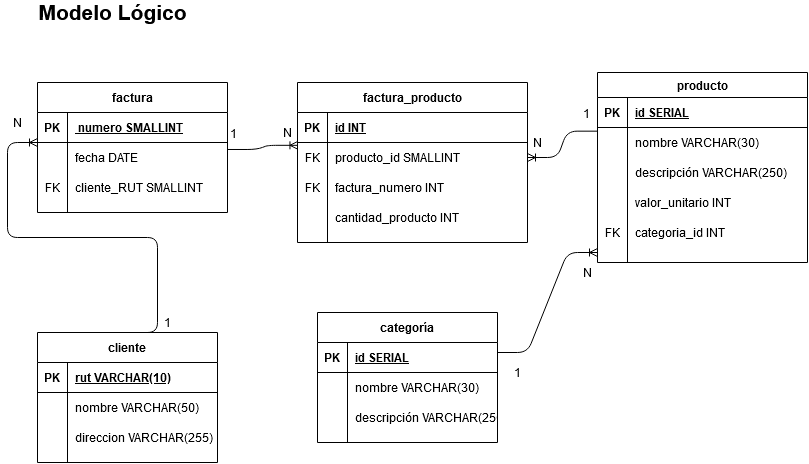
gilibethvega/prueba_sql keeps this draw.io diagram as prueba_sql.png. Above is the earlier version. Source tidied: cells renumbered, new cells last; positions are measured from the earlier drawing's top-left corner, leaving out a move shared by most shapes.
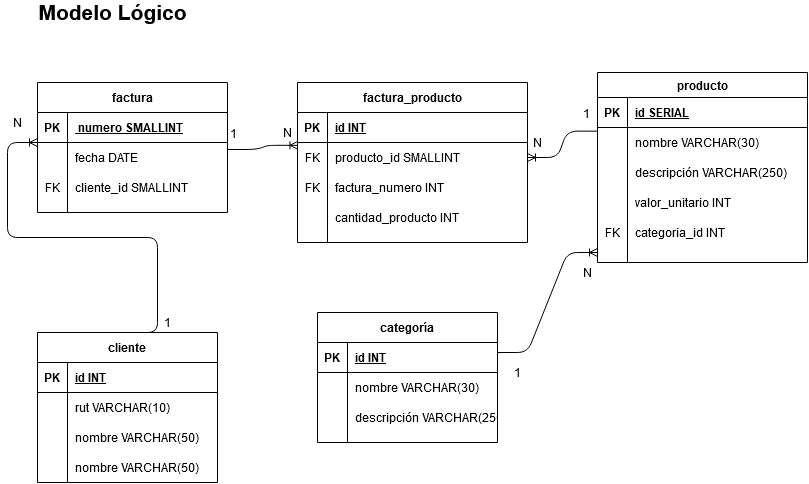
The same file after the commit.

Change to the diagram source:
```diff
@@ -32,11 +32,11 @@
     <mxCell id="11" value="FK" style="shape=partialRectangle;fillColor=none;top=0;left=0;bottom=0;right=0;overflow=hidden;" parent="10" vertex="1">
       <mxGeometry width="30" height="30" as="geometry" />
     </mxCell>
-    <mxCell id="12" value="cliente_RUT SMALLINT" style="shape=partialRectangle;fillColor=none;top=0;left=0;bottom=0;right=0;align=left;spacingLeft=6;overflow=hidden;" parent="10" vertex="1">
+    <mxCell id="12" value="cliente_id SMALLINT" style="shape=partialRectangle;fillColor=none;top=0;left=0;bottom=0;right=0;align=left;spacingLeft=6;overflow=hidden;" parent="10" vertex="1">
       <mxGeometry x="30" width="160" height="30" as="geometry" />
     </mxCell>
     <mxCell id="13" value="cliente" style="shape=table;startSize=30;rowLines=0;fontStyle=1;align=center;" parent="1" vertex="1">
-      <mxGeometry x="30" y="330" width="180" height="130" as="geometry" />
+      <mxGeometry x="30" y="330" width="180" height="150" as="geometry" />
     </mxCell>
     <mxCell id="14" style="shape=partialRectangle;fillColor=none;top=0;left=0;bottom=1;right=0;" parent="13" vertex="1">
       <mxGeometry y="30" width="180" height="30" as="geometry" />
@@ -44,7 +44,7 @@
     <mxCell id="15" value="PK" style="shape=partialRectangle;fillColor=none;top=0;left=0;bottom=0;right=0;fontStyle=1;overflow=hidden;" parent="14" vertex="1">
       <mxGeometry width="30" height="30" as="geometry" />
     </mxCell>
-    <mxCell id="16" value="rut VARCHAR(10)" style="shape=partialRectangle;fillColor=none;top=0;left=0;bottom=0;right=0;align=left;spacingLeft=6;fontStyle=5;overflow=hidden;" parent="14" vertex="1">
+    <mxCell id="16" value="id INT" style="shape=partialRectangle;fillColor=none;top=0;left=0;bottom=0;right=0;align=left;spacingLeft=6;fontStyle=5;overflow=hidden;" parent="14" vertex="1">
       <mxGeometry x="30" width="150" height="30" as="geometry" />
     </mxCell>
     <mxCell id="17" style="shape=partialRectangle;fillColor=none;top=0;left=0;bottom=0;right=0;" parent="13" vertex="1">
@@ -53,7 +53,7 @@
     <mxCell id="18" style="shape=partialRectangle;fillColor=none;top=0;left=0;bottom=0;right=0;overflow=hidden;" parent="17" vertex="1">
       <mxGeometry width="30" height="30" as="geometry" />
     </mxCell>
-    <mxCell id="19" value="nombre VARCHAR(50)" style="shape=partialRectangle;fillColor=none;top=0;left=0;bottom=0;right=0;align=left;spacingLeft=6;overflow=hidden;" parent="17" vertex="1">
+    <mxCell id="19" value="rut VARCHAR(10)" style="shape=partialRectangle;fillColor=none;top=0;left=0;bottom=0;right=0;align=left;spacingLeft=6;overflow=hidden;" parent="17" vertex="1">
       <mxGeometry x="30" width="150" height="30" as="geometry" />
     </mxCell>
     <mxCell id="20" style="shape=partialRectangle;fillColor=none;top=0;left=0;bottom=0;right=0;" parent="13" vertex="1">
@@ -62,7 +62,7 @@
     <mxCell id="21" style="shape=partialRectangle;fillColor=none;top=0;left=0;bottom=0;right=0;overflow=hidden;" parent="20" vertex="1">
       <mxGeometry width="30" height="30" as="geometry" />
     </mxCell>
-    <mxCell id="22" value="direccion VARCHAR(255)" style="shape=partialRectangle;fillColor=none;top=0;left=0;bottom=0;right=0;align=left;spacingLeft=6;overflow=hidden;" parent="20" vertex="1">
+    <mxCell id="22" value="nombre VARCHAR(50)" style="shape=partialRectangle;fillColor=none;top=0;left=0;bottom=0;right=0;align=left;spacingLeft=6;overflow=hidden;" parent="20" vertex="1">
       <mxGeometry x="30" width="150" height="30" as="geometry" />
     </mxCell>
     <mxCell id="23" value="categoría" style="shape=table;startSize=30;rowLines=0;fontStyle=1;align=center;" parent="1" vertex="1">
@@ -74,7 +74,7 @@
     <mxCell id="25" value="PK" style="shape=partialRectangle;fillColor=none;top=0;left=0;bottom=0;right=0;fontStyle=1;overflow=hidden;" parent="24" vertex="1">
       <mxGeometry width="30" height="30" as="geometry" />
     </mxCell>
-    <mxCell id="26" value="id SERIAL" style="shape=partialRectangle;fillColor=none;top=0;left=0;bottom=0;right=0;align=left;spacingLeft=6;fontStyle=5;overflow=hidden;" parent="24" vertex="1">
+    <mxCell id="26" value="id INT" style="shape=partialRectangle;fillColor=none;top=0;left=0;bottom=0;right=0;align=left;spacingLeft=6;fontStyle=5;overflow=hidden;" parent="24" vertex="1">
       <mxGeometry x="30" width="150" height="30" as="geometry" />
     </mxCell>
     <mxCell id="27" style="shape=partialRectangle;fillColor=none;top=0;left=0;bottom=0;right=0;" parent="23" vertex="1">
@@ -223,5 +223,14 @@
     <mxCell id="73" value="N" style="text;html=1;align=center;verticalAlign=middle;" parent="1" vertex="1">
       <mxGeometry y="110" width="20" height="20" as="geometry" />
     </mxCell>
+    <mxCell id="74" style="shape=partialRectangle;fillColor=none;top=0;left=0;bottom=0;right=0;" parent="1" vertex="1">
+      <mxGeometry x="30" y="450" width="180" height="30" as="geometry" />
+    </mxCell>
+    <mxCell id="75" style="shape=partialRectangle;fillColor=none;top=0;left=0;bottom=0;right=0;overflow=hidden;" parent="74" vertex="1">
+      <mxGeometry width="30" height="30" as="geometry" />
+    </mxCell>
+    <mxCell id="76" value="nombre VARCHAR(50)" style="shape=partialRectangle;fillColor=none;top=0;left=0;bottom=0;right=0;align=left;spacingLeft=6;overflow=hidden;" parent="74" vertex="1">
+      <mxGeometry x="30" width="150" height="30" as="geometry" />
+    </mxCell>
   </root>
 </mxGraphModel>
```
